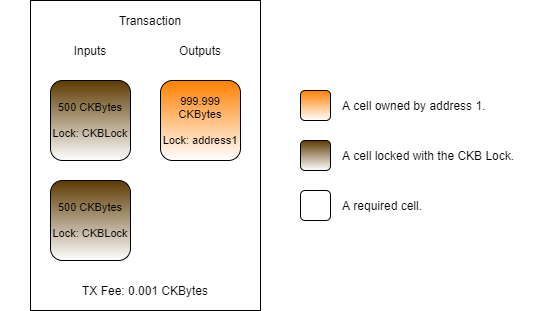
Earlier version of the draw.io export .gitbook/assets/consume-transaction-structure (1).png (jordanmack/developer-training-course-documentation). Source tidied: cells renumbered, new cells last; positions are measured from the earlier drawing's top-left corner, leaving out a move shared by most shapes.
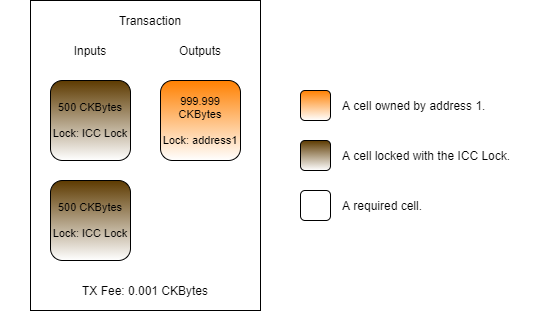
Later version of the same file.

What changed in the source:
```diff
@@ -17,10 +17,10 @@
     <mxCell id="6" value="TX Fee: 0.001 CKBytes" style="text;html=1;strokeColor=none;fillColor=none;align=center;verticalAlign=middle;whiteSpace=wrap;rounded=0;" parent="1" vertex="1">
       <mxGeometry x="45" y="280" width="200" height="20" as="geometry" />
     </mxCell>
-    <mxCell id="7" value="500 CKBytes&lt;br&gt;&lt;br&gt;Lock: CKBLock" style="rounded=1;whiteSpace=wrap;html=1;fontSize=11;gradientColor=#ffffff;fillColor=#5D3A00;" parent="1" vertex="1">
+    <mxCell id="7" value="500 CKBytes&lt;br&gt;&lt;br&gt;Lock: ICC Lock" style="rounded=1;whiteSpace=wrap;html=1;fontSize=11;gradientColor=#ffffff;fillColor=#5D3A00;" parent="1" vertex="1">
       <mxGeometry x="50" y="80" width="80" height="80" as="geometry" />
     </mxCell>
-    <mxCell id="8" value="500 CKBytes&lt;br&gt;&lt;br&gt;Lock: CKBLock" style="rounded=1;whiteSpace=wrap;html=1;fontSize=11;gradientColor=#ffffff;fillColor=#5D3A00;" parent="1" vertex="1">
+    <mxCell id="8" value="500 CKBytes&lt;br&gt;&lt;br&gt;Lock: ICC Lock" style="rounded=1;whiteSpace=wrap;html=1;fontSize=11;gradientColor=#ffffff;fillColor=#5D3A00;" parent="1" vertex="1">
       <mxGeometry x="50" y="180" width="80" height="80" as="geometry" />
     </mxCell>
     <mxCell id="9" value="999.999 CKBytes&lt;br&gt;&lt;br&gt;Lock: address1" style="rounded=1;whiteSpace=wrap;html=1;fontSize=11;gradientColor=#ffffff;fillColor=#FF8000;" parent="1" vertex="1">
@@ -38,7 +38,7 @@
     <mxCell id="13" value="A cell owned by address 1." style="text;html=1;strokeColor=none;fillColor=none;align=left;verticalAlign=middle;whiteSpace=wrap;rounded=0;dashed=1;" parent="1" vertex="1">
       <mxGeometry x="340" y="95" width="200" height="20" as="geometry" />
     </mxCell>
-    <mxCell id="14" value="A cell locked with the CKB Lock." style="text;html=1;strokeColor=none;fillColor=none;align=left;verticalAlign=middle;whiteSpace=wrap;rounded=0;dashed=1;" parent="1" vertex="1">
+    <mxCell id="14" value="A cell locked with the ICC Lock." style="text;html=1;strokeColor=none;fillColor=none;align=left;verticalAlign=middle;whiteSpace=wrap;rounded=0;dashed=1;" parent="1" vertex="1">
       <mxGeometry x="340" y="145" width="200" height="20" as="geometry" />
     </mxCell>
     <mxCell id="15" value="A required cell." style="text;html=1;strokeColor=none;fillColor=none;align=left;verticalAlign=middle;whiteSpace=wrap;rounded=0;dashed=1;" parent="1" vertex="1">
```
